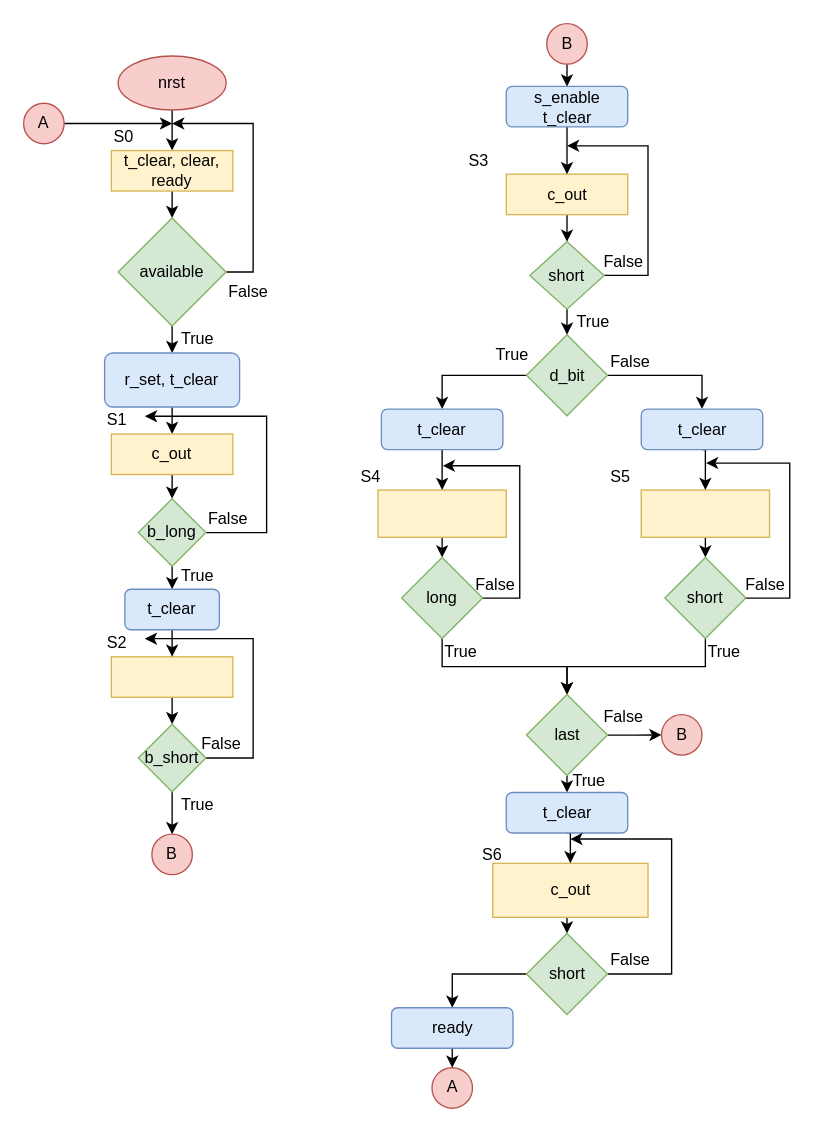
Above: doc/IR_NEC_transmitter_ASM.drawio in loekwous/NEC_IR_Transceiver (draw.io), before the change. Source tidied: cells renumbered, new cells numbered last; positions are measured from the earlier drawing's top-left corner, leaving out a move shared by most shapes. Both pictures are drawn from the tidied source at 135%, with x=0, y=0 at pixel (23, 23).
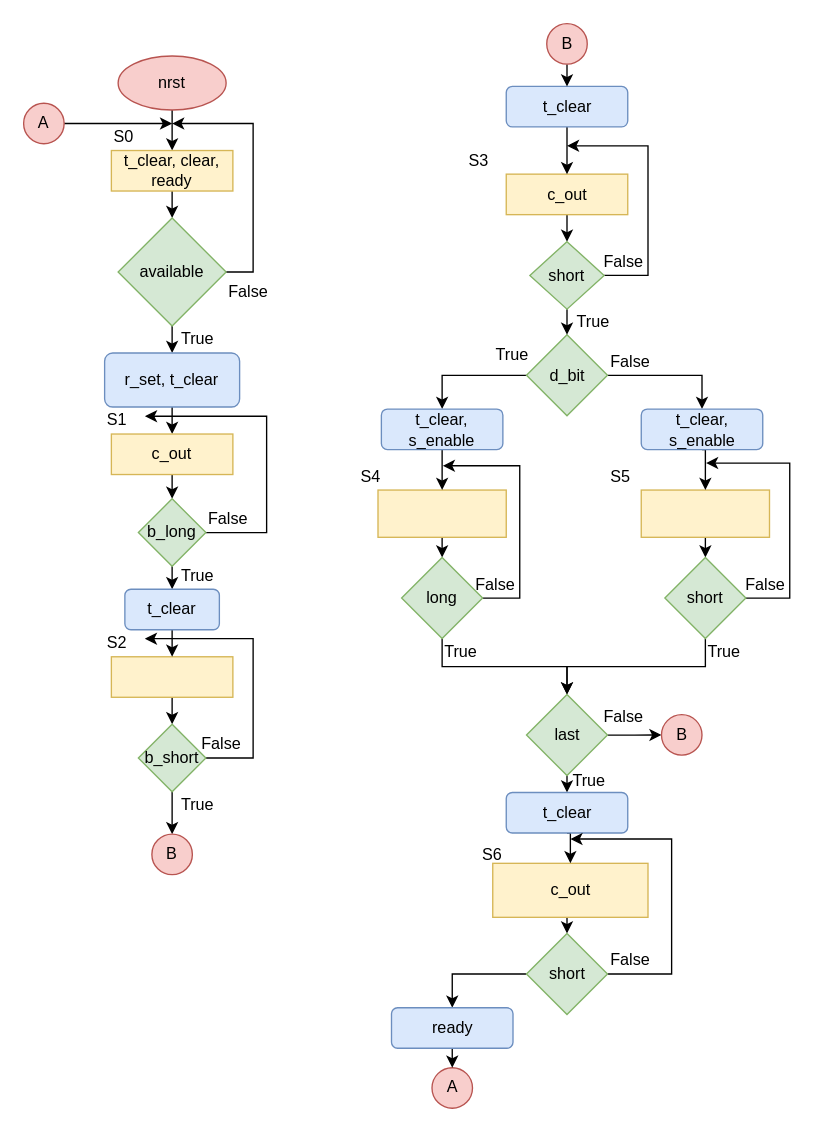
Above is the later version.

Diff of the diagram source:
```diff
@@
-    <mxCell id="22" value="s_enable&lt;br&gt;t_clear" style="rounded=1;whiteSpace=wrap;html=1;fillColor=#dae8fc;strokeColor=#6c8ebf;" parent="1" vertex="1">
+    <mxCell id="22" value="t_clear" style="rounded=1;whiteSpace=wrap;html=1;fillColor=#dae8fc;strokeColor=#6c8ebf;" parent="1" vertex="1">
       <mxGeometry x="357.5" y="46.5" width="90" height="30" as="geometry" />
     </mxCell>
@@
-    <mxCell id="57" value="t_clear" style="rounded=1;whiteSpace=wrap;html=1;fillColor=#dae8fc;strokeColor=#6c8ebf;" parent="1" vertex="1">
+    <mxCell id="57" value="t_clear, s_enable" style="rounded=1;whiteSpace=wrap;html=1;fillColor=#dae8fc;strokeColor=#6c8ebf;" parent="1" vertex="1">
       <mxGeometry x="265" y="285.5" width="90" height="30" as="geometry" />
     </mxCell>
@@
-    <mxCell id="59" value="t_clear" style="rounded=1;whiteSpace=wrap;html=1;fillColor=#dae8fc;strokeColor=#6c8ebf;" parent="1" vertex="1">
+    <mxCell id="59" value="t_clear, s_enable" style="rounded=1;whiteSpace=wrap;html=1;fillColor=#dae8fc;strokeColor=#6c8ebf;" parent="1" vertex="1">
       <mxGeometry x="457.5" y="285.5" width="90" height="30" as="geometry" />
     </mxCell>
```
